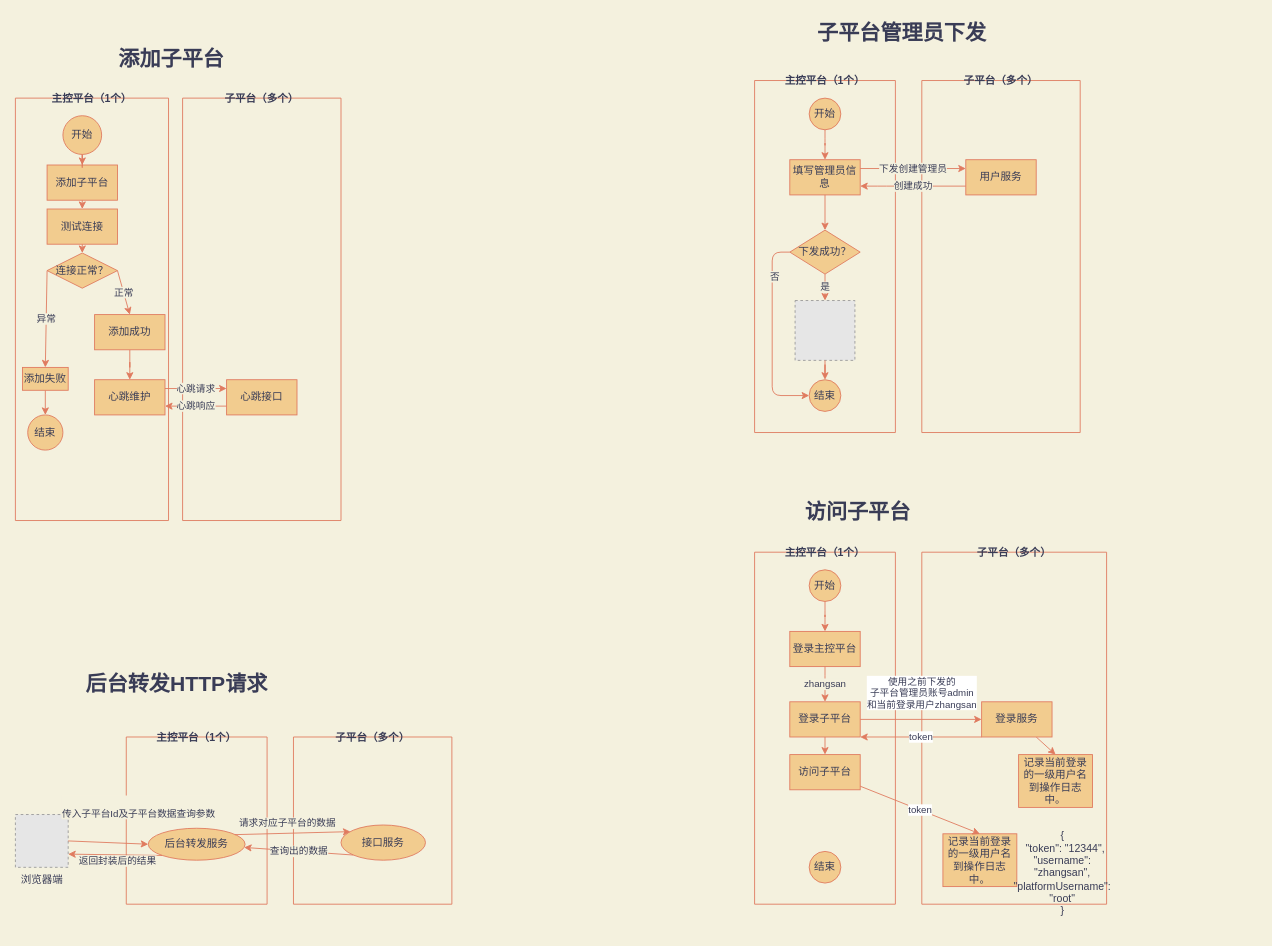
Above: page "通用" (1 of 3) of test.drawio in Jarris3154/drawios (draw.io), before the change. Source tidied: cells renumbered, new cells numbered last; positions are measured from the earlier drawing's top-left corner, leaving out a move shared by most shapes. Both pictures are drawn from the tidied source at 88%, with x=0, y=0 at pixel (15, 15). Pictures stored in the file or linked from it are replaced by grey dashed boxes.
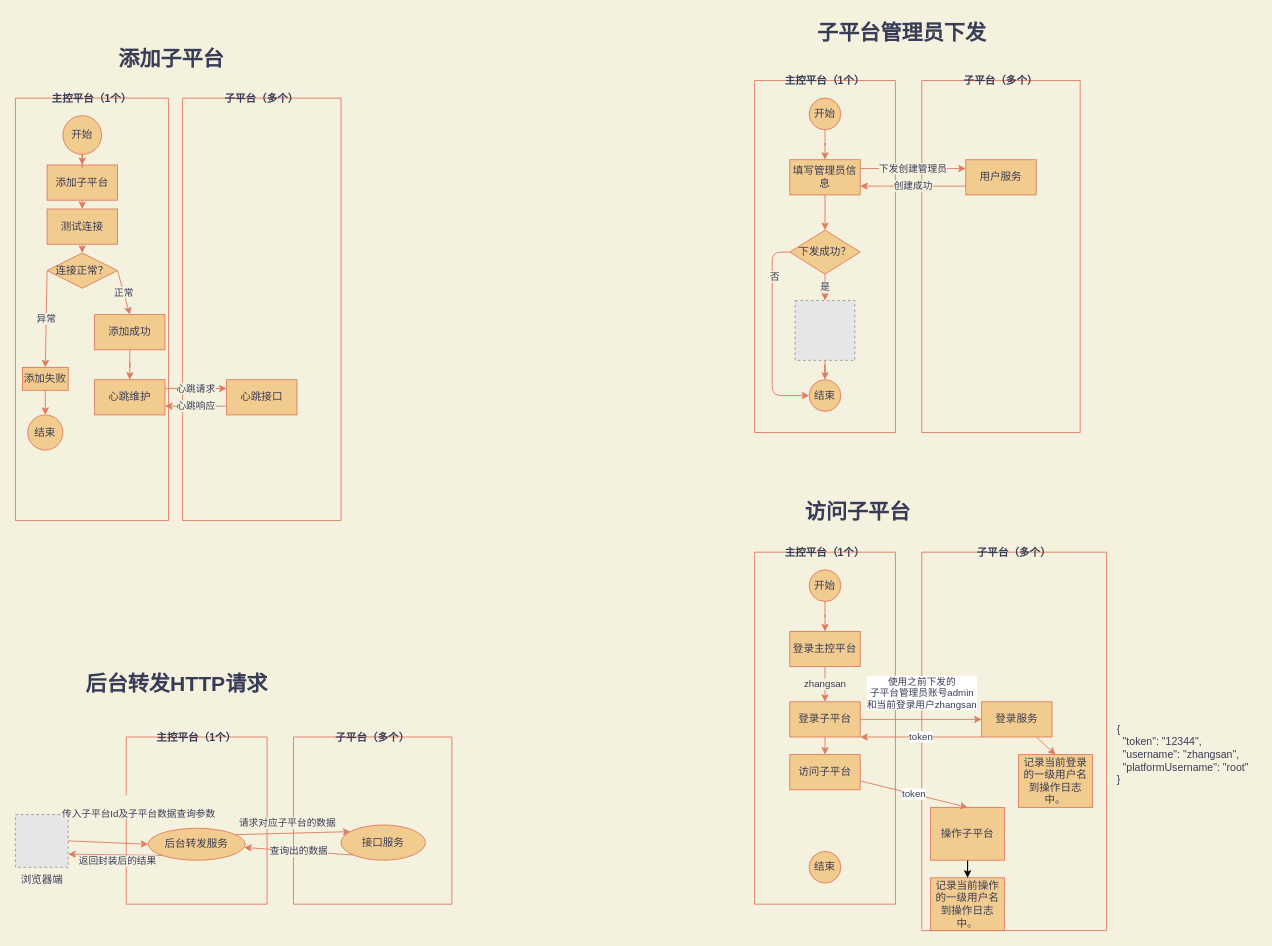
Above is the later version.

Commit message:
增加操作子平台的记录

Change to the diagram source:
```diff
@@
     <mxCell id="52" value="子平台（多个）" style="swimlane;startSize=0;swimlaneLine=1;fillColor=#F2CC8F;strokeColor=#E07A5F;fontColor=#393C56;" parent="1" vertex="1">
-      <mxGeometry x="1030" y="610" width="210" height="400" as="geometry" />
+      <mxGeometry x="1030" y="610" width="210" height="430" as="geometry" />
     </mxCell>
@@
+    <mxCell id="71" style="edgeStyle=orthogonalEdgeStyle;rounded=0;jettySize=auto;html=1;entryX=0.5;entryY=0;entryDx=0;entryDy=0;" parent="52" edge="1" source="56" target="72">
+      <mxGeometry relative="1" as="geometry" />
+    </mxCell>
-    <mxCell id="56" value="记录当前登录的一级用户名到操作日志中。" style="whiteSpace=wrap;html=1;align=center;fillColor=#F2CC8F;strokeColor=#E07A5F;fontColor=#393C56;" parent="52" vertex="1">
-      <mxGeometry x="24" y="320" width="84" height="60" as="geometry" />
+    <mxCell id="56" value="操作子平台" style="whiteSpace=wrap;html=1;align=center;fillColor=#F2CC8F;strokeColor=#E07A5F;fontColor=#393C56;" parent="52" vertex="1">
+      <mxGeometry x="10" y="290" width="84" height="60" as="geometry" />
     </mxCell>
-    <mxCell id="57" value="&lt;div&gt;{&lt;/div&gt;&lt;div&gt;&amp;nbsp; &quot;token&quot;: &quot;12344&quot;,&lt;/div&gt;&lt;div&gt;&quot;username&quot;: &quot;zhangsan&quot;,&lt;/div&gt;&lt;div&gt;&quot;platformUsername&quot;: &quot;root&quot;&lt;br&gt;&lt;/div&gt;&lt;div&gt;}&lt;br&gt;&lt;/div&gt;" style="text;html=1;strokeColor=none;fillColor=none;align=center;verticalAlign=middle;whiteSpace=wrap;rounded=0;sketch=0;fontColor=#393C56;" parent="52" vertex="1">
-      <mxGeometry x="110" y="330" width="100" height="70" as="geometry" />
-    </mxCell>
+    <mxCell id="72" value="记录当前操作的一级用户名到操作日志中。" style="whiteSpace=wrap;html=1;align=center;fillColor=#F2CC8F;strokeColor=#E07A5F;fontColor=#393C56;" parent="52" vertex="1">
+      <mxGeometry x="10" y="370" width="84" height="60" as="geometry" />
+    </mxCell>
@@
+    <mxCell id="57" value="&lt;div&gt;{&lt;/div&gt;&lt;div&gt;&amp;nbsp; &quot;token&quot;: &quot;12344&quot;,&lt;/div&gt;&lt;div&gt;&amp;nbsp; &quot;username&quot;: &quot;zhangsan&quot;,&lt;/div&gt;&lt;div&gt;&amp;nbsp; &quot;platformUsername&quot;: &quot;root&quot;&lt;br&gt;&lt;/div&gt;&lt;div&gt;}&lt;br&gt;&lt;/div&gt;" style="text;html=1;strokeColor=none;fillColor=none;align=left;verticalAlign=middle;whiteSpace=wrap;rounded=0;sketch=0;fontColor=#393C56;" parent="1" vertex="1">
+      <mxGeometry x="1250" y="800" width="160" height="80" as="geometry" />
+    </mxCell>
```
